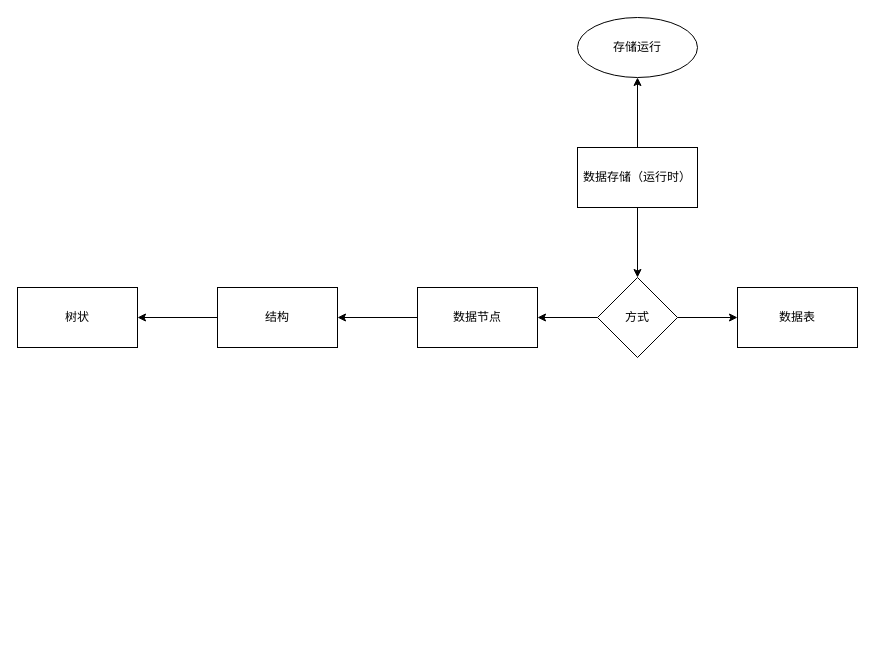
xzp3094997376/DrawIO keeps this draw.io diagram as 数据节点.drawio. Above is the earlier version. Source tidied: cells renumbered, new cells numbered last; positions are measured from the earlier drawing's top-left corner, leaving out a move shared by most shapes. Both pictures are drawn from the tidied source at 100%, with x=0, y=0 at pixel (17, 17).
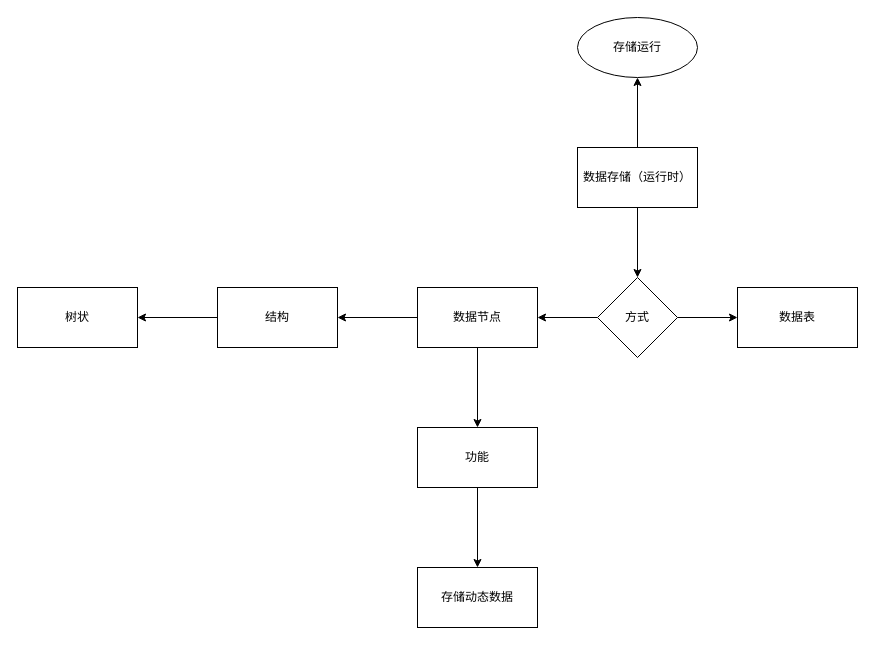
After the change.

The edit, as a diff of the source:
```diff
@@
 <mxGraphModel>
   <root>
     <mxCell id="0" />
     <mxCell id="1" parent="0" />
     <mxCell id="2" style="edgeStyle=orthogonalEdgeStyle;rounded=0;jettySize=auto;html=1;" parent="1" edge="1" source="4" target="5">
       <mxGeometry relative="1" as="geometry" />
     </mxCell>
     <mxCell id="3" style="edgeStyle=orthogonalEdgeStyle;rounded=0;jettySize=auto;html=1;" parent="1" edge="1" source="4" target="8">
       <mxGeometry relative="1" as="geometry" />
     </mxCell>
     <mxCell id="4" value="数据存储（运行时）" style="whiteSpace=wrap;html=1;" parent="1" vertex="1">
       <mxGeometry x="560" y="130" width="120" height="60" as="geometry" />
     </mxCell>
     <mxCell id="5" value="存储运行" style="ellipse;whiteSpace=wrap;html=1;" parent="1" vertex="1">
       <mxGeometry x="560" width="120" height="60" as="geometry" />
     </mxCell>
     <mxCell id="6" style="edgeStyle=orthogonalEdgeStyle;rounded=0;jettySize=auto;html=1;" parent="1" edge="1" source="8" target="10">
       <mxGeometry relative="1" as="geometry" />
     </mxCell>
     <mxCell id="7" style="edgeStyle=orthogonalEdgeStyle;rounded=0;jettySize=auto;html=1;" parent="1" edge="1" source="8" target="11">
       <mxGeometry relative="1" as="geometry" />
     </mxCell>
     <mxCell id="8" value="方式" style="rhombus;whiteSpace=wrap;html=1;" parent="1" vertex="1">
       <mxGeometry x="580" y="260" width="80" height="80" as="geometry" />
     </mxCell>
     <mxCell id="9" style="edgeStyle=orthogonalEdgeStyle;rounded=0;jettySize=auto;html=1;" parent="1" edge="1" source="10" target="13">
       <mxGeometry relative="1" as="geometry" />
     </mxCell>
+    <mxCell id="15" style="edgeStyle=orthogonalEdgeStyle;rounded=0;jettySize=auto;html=1;" parent="1" edge="1" source="10" target="17">
+      <mxGeometry relative="1" as="geometry" />
+    </mxCell>
     <mxCell id="10" value="数据节点" style="whiteSpace=wrap;html=1;" parent="1" vertex="1">
       <mxGeometry x="400" y="270" width="120" height="60" as="geometry" />
     </mxCell>
     <mxCell id="11" value="数据表" style="whiteSpace=wrap;html=1;" parent="1" vertex="1">
       <mxGeometry x="720" y="270" width="120" height="60" as="geometry" />
     </mxCell>
     <mxCell id="12" style="edgeStyle=orthogonalEdgeStyle;rounded=0;jettySize=auto;html=1;" parent="1" edge="1" source="13" target="14">
       <mxGeometry relative="1" as="geometry" />
     </mxCell>
     <mxCell id="13" value="结构" style="whiteSpace=wrap;html=1;" parent="1" vertex="1">
       <mxGeometry x="200" y="270" width="120" height="60" as="geometry" />
     </mxCell>
     <mxCell id="14" value="树状" style="whiteSpace=wrap;html=1;" parent="1" vertex="1">
       <mxGeometry y="270" width="120" height="60" as="geometry" />
     </mxCell>
+    <mxCell id="16" style="edgeStyle=orthogonalEdgeStyle;rounded=0;jettySize=auto;html=1;" parent="1" edge="1" source="17" target="18">
+      <mxGeometry relative="1" as="geometry" />
+    </mxCell>
+    <mxCell id="17" value="功能" style="whiteSpace=wrap;html=1;" parent="1" vertex="1">
+      <mxGeometry x="400" y="410" width="120" height="60" as="geometry" />
+    </mxCell>
+    <mxCell id="18" value="存储动态数据" style="whiteSpace=wrap;html=1;" parent="1" vertex="1">
+      <mxGeometry x="400" y="550" width="120" height="60" as="geometry" />
+    </mxCell>
   </root>
 </mxGraphModel>
```
